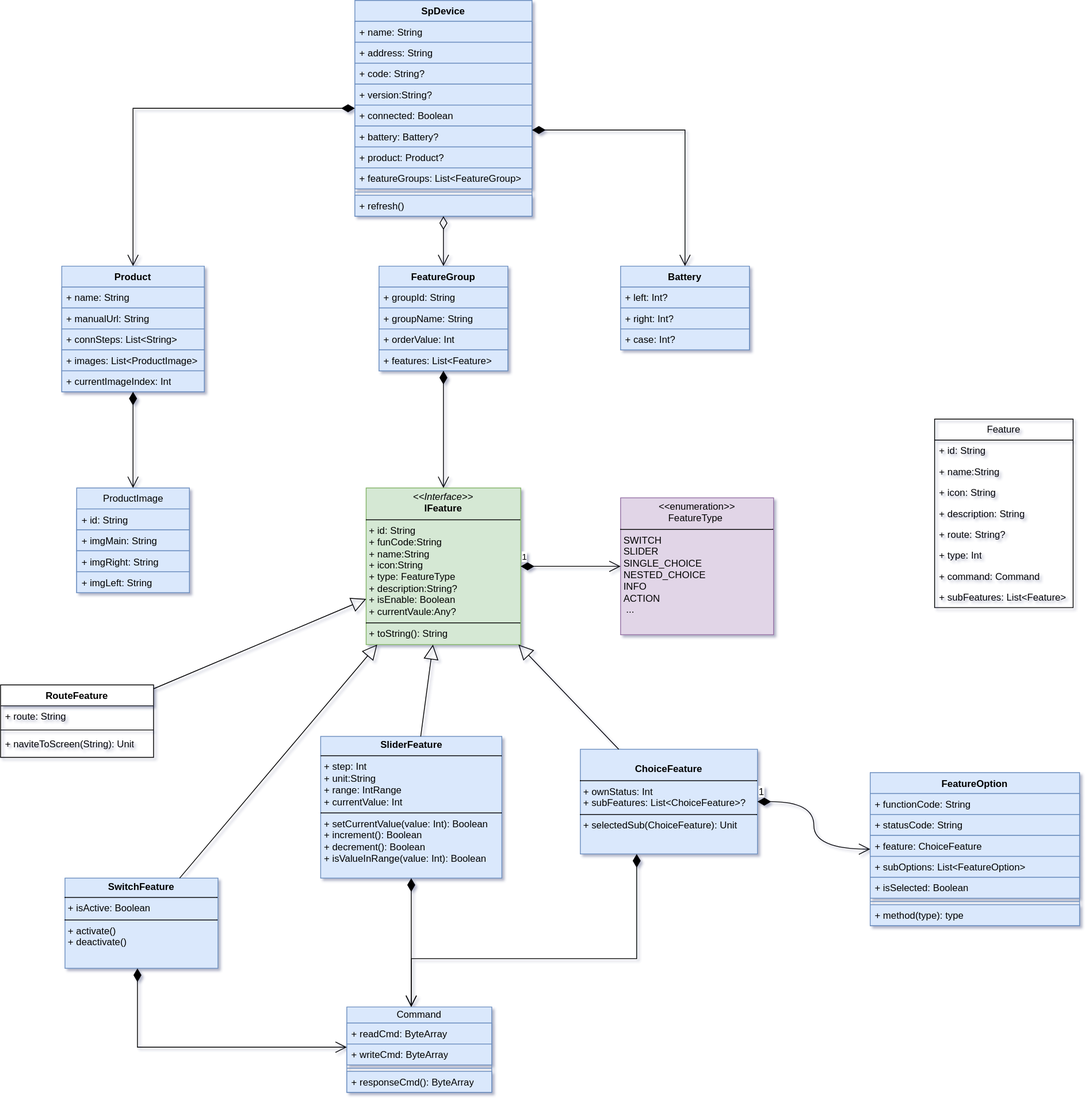
Earlier version of the draw.io export sp-device.drawio.svg (kekemao00/draw-libs). Source tidied: cells renumbered, new cells last; positions are measured from the earlier drawing's top-left corner, leaving out a move shared by most shapes.
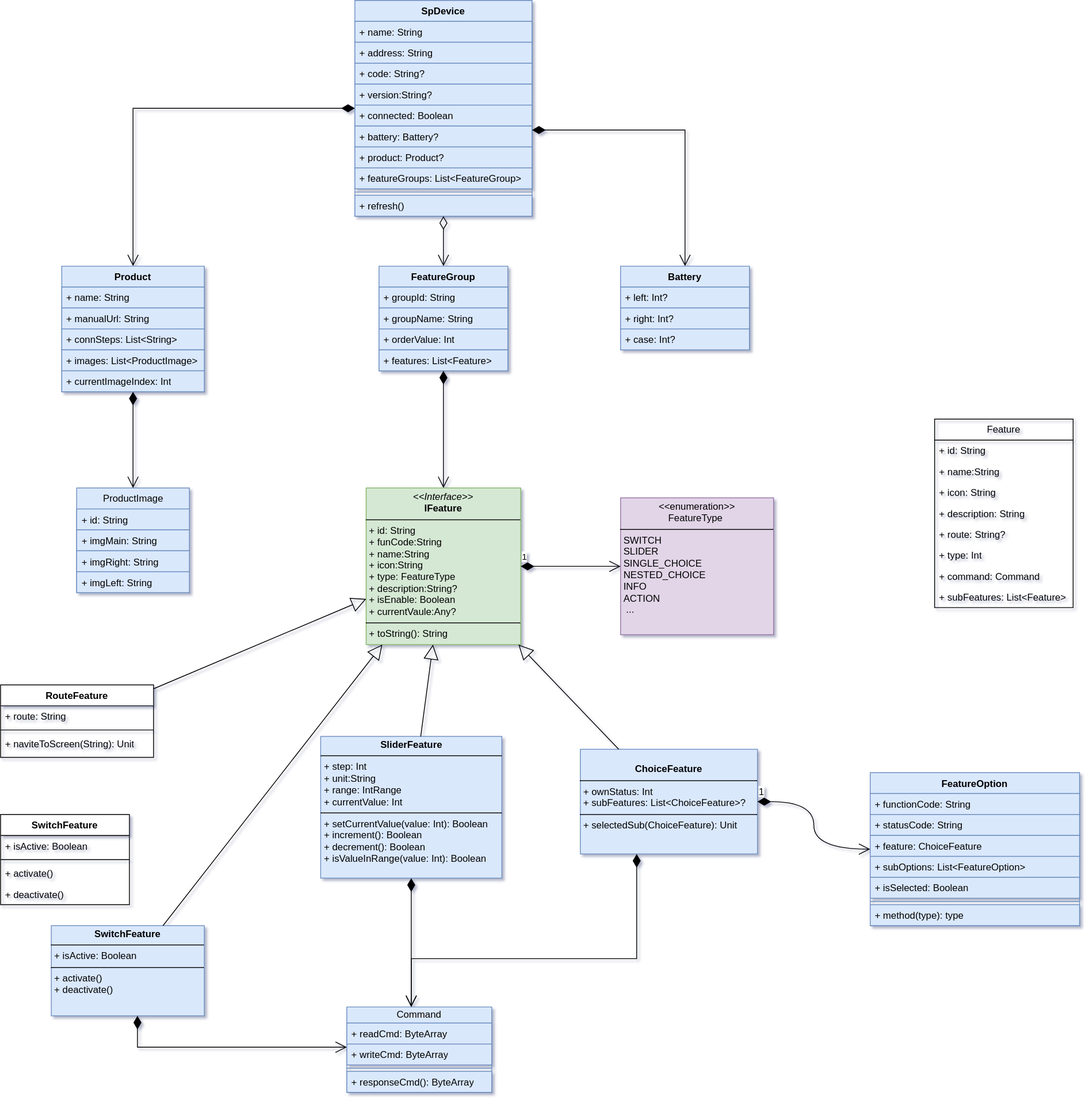
The same diagram one commit later.

The edit, as a diff of the source:
```diff
@@ -144,7 +144,7 @@
       <mxGeometry x="720" y="930" width="220" height="130" as="geometry" />
     </mxCell>
     <mxCell id="49" value="&lt;p style=&quot;margin:0px;margin-top:4px;text-align:center;&quot;&gt;&lt;b&gt;SwitchFeature&lt;/b&gt;&lt;/p&gt;&lt;hr size=&quot;1&quot; style=&quot;border-style:solid;&quot;&gt;&lt;p style=&quot;margin:0px;margin-left:4px;&quot;&gt;+ isActive: Boolean&lt;br&gt;&lt;/p&gt;&lt;hr size=&quot;1&quot; style=&quot;border-style:solid;&quot;&gt;&lt;p style=&quot;margin:0px;margin-left:4px;&quot;&gt;+ activate()&lt;br&gt;+ deactivate()&lt;/p&gt;" style="verticalAlign=top;align=left;overflow=fill;html=1;whiteSpace=wrap;fillColor=#dae8fc;strokeColor=#6c8ebf;" parent="1" vertex="1">
-      <mxGeometry x="80" y="1090" width="190" height="112" as="geometry" />
+      <mxGeometry x="63" y="1149" width="190" height="112" as="geometry" />
     </mxCell>
     <mxCell id="50" value="&lt;p style=&quot;margin:0px;margin-top:4px;text-align:center;&quot;&gt;&lt;b&gt;SliderFeature&lt;/b&gt;&lt;/p&gt;&lt;hr size=&quot;1&quot; style=&quot;border-style:solid;&quot;&gt;&lt;p style=&quot;margin:0px;margin-left:4px;&quot;&gt;+&amp;nbsp;step: Int&lt;br&gt;+ unit:String&lt;br&gt;+ range: IntRange&lt;br&gt;+&amp;nbsp;currentValue: Int&lt;br&gt;&lt;/p&gt;&lt;hr size=&quot;1&quot; style=&quot;border-style:solid;&quot;&gt;&lt;p style=&quot;margin:0px;margin-left:4px;&quot;&gt;+ setCurrentValue(value: Int): Boolean&lt;/p&gt;&lt;p style=&quot;margin:0px;margin-left:4px;&quot;&gt;+ increment(): Boolean&lt;/p&gt;&lt;p style=&quot;margin:0px;margin-left:4px;&quot;&gt;+ decrement(): Boolean&lt;/p&gt;&lt;p style=&quot;margin:0px;margin-left:4px;&quot;&gt;+ isValueInRange(value: Int): Boolean&lt;/p&gt;" style="verticalAlign=top;align=left;overflow=fill;html=1;whiteSpace=wrap;fillColor=#dae8fc;strokeColor=#6c8ebf;" parent="1" vertex="1">
       <mxGeometry x="397.5" y="914" width="225" height="176" as="geometry" />
@@ -249,5 +249,20 @@
     <mxCell id="77" value="+ naviteToScreen(String): Unit" style="text;strokeColor=none;fillColor=none;align=left;verticalAlign=top;spacingLeft=4;spacingRight=4;overflow=hidden;whiteSpace=wrap;html=1;" parent="74" vertex="1">
       <mxGeometry y="60" width="190" height="30" as="geometry" />
     </mxCell>
+    <mxCell id="78" value="SwitchFeature" style="swimlane;fontStyle=1;align=center;verticalAlign=top;horizontal=1;startSize=26;whiteSpace=wrap;html=1;" parent="1" vertex="1">
+      <mxGeometry y="1011" width="160" height="112" as="geometry" />
+    </mxCell>
+    <mxCell id="79" value="+ isActive: Boolean" style="text;strokeColor=none;fillColor=none;align=left;verticalAlign=top;spacingLeft=4;spacingRight=4;overflow=hidden;whiteSpace=wrap;html=1;" parent="78" vertex="1">
+      <mxGeometry y="26" width="160" height="26" as="geometry" />
+    </mxCell>
+    <mxCell id="80" style="line;strokeWidth=1;fillColor=none;align=left;verticalAlign=middle;spacingTop=-1;spacingLeft=3;spacingRight=3;labelPosition=right;strokeColor=inherit;" parent="78" vertex="1">
+      <mxGeometry y="52" width="160" height="8" as="geometry" />
+    </mxCell>
+    <mxCell id="81" value="+ activate()" style="text;strokeColor=none;fillColor=none;align=left;verticalAlign=top;spacingLeft=4;spacingRight=4;overflow=hidden;whiteSpace=wrap;html=1;" parent="78" vertex="1">
+      <mxGeometry y="60" width="160" height="26" as="geometry" />
+    </mxCell>
+    <mxCell id="82" value="+ deactivate()" style="text;strokeColor=none;fillColor=none;align=left;verticalAlign=top;spacingLeft=4;spacingRight=4;overflow=hidden;whiteSpace=wrap;html=1;" parent="78" vertex="1">
+      <mxGeometry y="86" width="160" height="26" as="geometry" />
+    </mxCell>
   </root>
 </mxGraphModel>
```
